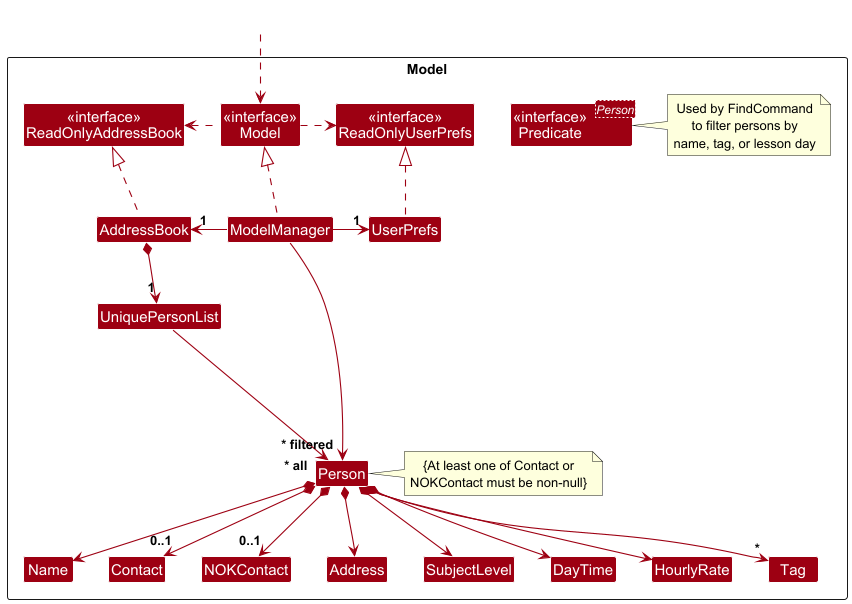
Before: docs/images/ModelClassDiagram.png, a diagram exported from PlantUML (Cheeden/tp).
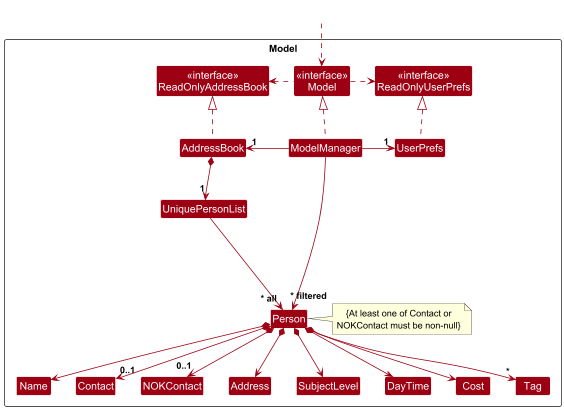
The same file after the commit.

Diff of the diagram source:
```diff
@@ -24,10 +24,8 @@
 Class NOKContact
 Class SubjectLevel
 Class DayTime
-Class HourlyRate
+Class Cost
 Class Tag
-Class "<<interface>>\nPredicate<Person>" as Predicate
-note right of Predicate: Used by FindCommand\nto filter persons by\nname, tag, or lesson day
 
 Class I #FFFFFF
 }
@@ -52,7 +50,7 @@
 Person *--> Address
 Person *--> SubjectLevel
 Person *--> DayTime
-Person *--> HourlyRate
+Person *--> Cost
 Person *--> "*" Tag
 
 Person -[hidden]up--> I
@@ -63,7 +61,7 @@
 NOKContact -[hidden]right-> Address
 Address -[hidden]right-> SubjectLevel
 SubjectLevel -[hidden]right-> DayTime
-DayTime -[hidden]right-> HourlyRate
+DayTime -[hidden]right-> Cost
 
 ModelManager --> "~* filtered" Person
 @enduml
```
